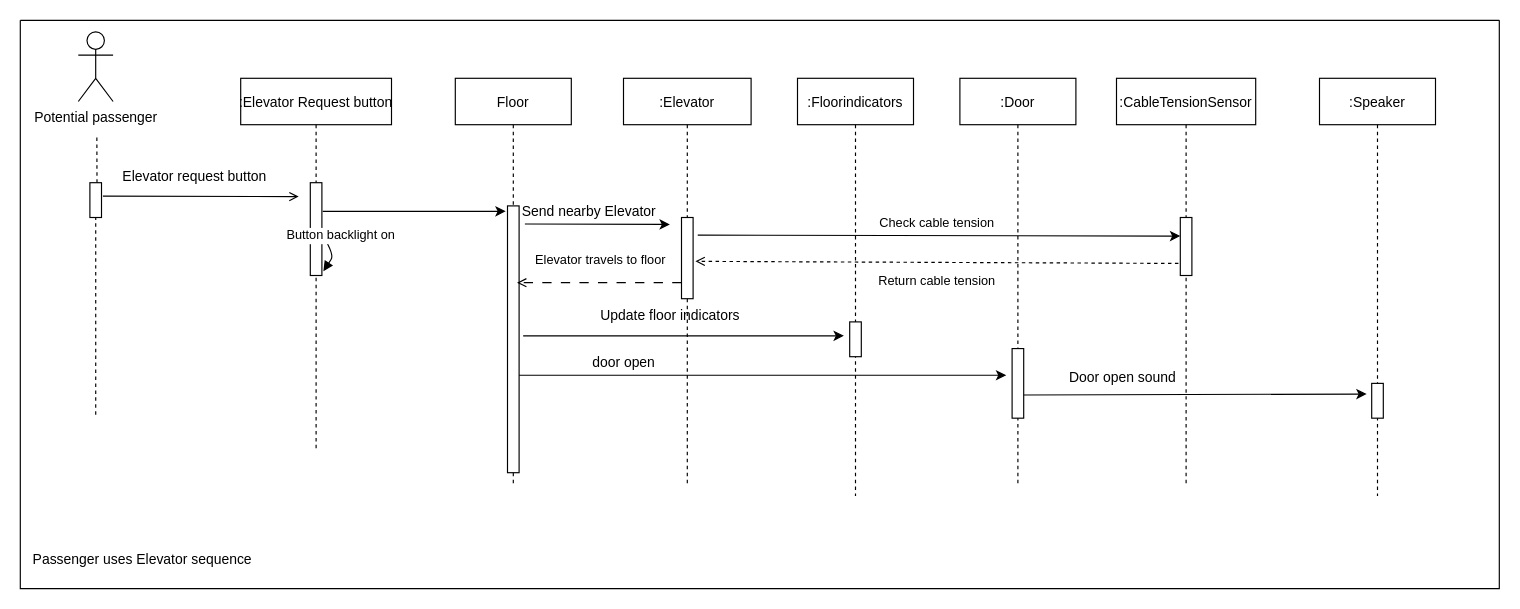
Earlier version of the draw.io diagram Sofware Design/Elevator Challenge/Potential passenger sequence diagram.drawio (TiemonS/Tiemon-Steeghs-Semester-3-Repository). Source tidied: cells renumbered, new cells numbered last; positions are measured from the earlier drawing's top-left corner, leaving out a move shared by most shapes. Both pictures are drawn from the tidied source at 116%, with x=0, y=0 at pixel (20, 20).
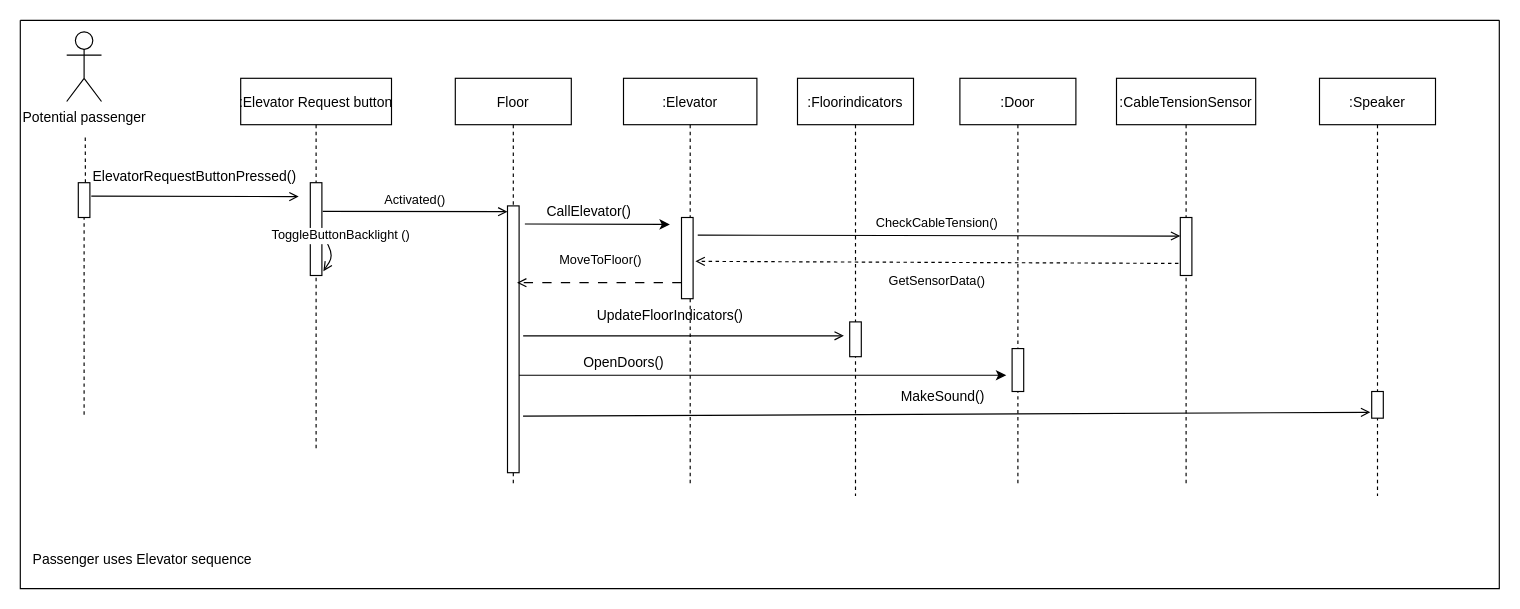
After the change.

Commit message (it also covers changes not shown here):
Elevator opdracht update

Unchanged cells that the change refers to:
```xml
<mxCell id="2" style="swimlane;startSize=0;" parent="1" vertex="1">
  <mxGeometry width="1275" height="490" as="geometry" />
</mxCell>
<mxCell id="4" value=":Door" style="shape=umlLifeline;perimeter=lifelinePerimeter;rounded=0;shadow=0;strokeWidth=1;" parent="2" vertex="1">
  <mxGeometry x="810" y="50" width="100" height="350" as="geometry" />
</mxCell>
<mxCell id="7" style="points=[];perimeter=orthogonalPerimeter;rounded=0;shadow=0;strokeWidth=1;" parent="6" vertex="1">
  <mxGeometry x="45" y="110" width="10" height="230" as="geometry" />
</mxCell>
<mxCell id="9" value=":Elevator Request button" style="shape=umlLifeline;perimeter=lifelinePerimeter;rounded=0;shadow=0;strokeWidth=1;" parent="2" vertex="1">
  <mxGeometry x="190" y="50" width="130" height="320" as="geometry" />
</mxCell>
<mxCell id="10" style="points=[];perimeter=orthogonalPerimeter;rounded=0;shadow=0;strokeWidth=1;" parent="9" vertex="1">
  <mxGeometry x="60" y="90" width="10" height="80" as="geometry" />
</mxCell>
<mxCell id="13" value=":CableTensionSensor" style="shape=umlLifeline;perimeter=lifelinePerimeter;rounded=0;shadow=0;strokeWidth=1;" parent="2" vertex="1">
  <mxGeometry x="945" y="50" width="120" height="350" as="geometry" />
</mxCell>
<mxCell id="19" style="points=[];perimeter=orthogonalPerimeter;rounded=0;shadow=0;strokeWidth=1;" parent="18" vertex="1">
  <mxGeometry x="50" y="120" width="10" height="70" as="geometry" />
</mxCell>
<mxCell id="23" value=":Speaker" style="shape=umlLifeline;perimeter=lifelinePerimeter;rounded=0;shadow=0;strokeWidth=1;" parent="2" vertex="1">
  <mxGeometry x="1120" y="50" width="100" height="360" as="geometry" />
</mxCell>
```

The edit, as a diff of the source:
```diff
@@
     <mxCell id="3" value="Potential passenger" style="shape=umlActor;verticalLabelPosition=bottom;verticalAlign=top;html=1;" parent="2" vertex="1">
-      <mxGeometry x="50" y="10" width="30" height="60" as="geometry" />
+      <mxGeometry x="40" y="10" width="30" height="60" as="geometry" />
     </mxCell>
@@
     <mxCell id="5" style="perimeter=orthogonalPerimeter;rounded=0;shadow=0;strokeWidth=1;" parent="4" vertex="1">
-      <mxGeometry x="45" y="233" width="10" height="60" as="geometry" />
+      <mxGeometry x="45" y="233" width="10" height="37" as="geometry" />
     </mxCell>
@@
-    <mxCell id="11" value="Button backlight on" style="verticalAlign=bottom;endArrow=block;entryX=1.128;entryY=0.791;shadow=0;strokeWidth=1;entryDx=0;entryDy=0;entryPerimeter=0;exitX=1.017;exitY=0.378;exitDx=0;exitDy=0;exitPerimeter=0;" parent="9" edge="1">
+    <mxCell id="11" value="ToggleButtonBacklight ()" style="verticalAlign=bottom;endArrow=open;entryX=1.128;entryY=0.791;shadow=0;strokeWidth=1;entryDx=0;entryDy=0;entryPerimeter=0;exitX=1.017;exitY=0.378;exitDx=0;exitDy=0;exitPerimeter=0;endFill=0;" parent="9" edge="1">
       <mxGeometry x="-0.09" y="10" relative="1" as="geometry">
         <mxPoint x="70.2" y="133.2" as="sourcePoint" />
         <mxPoint x="71.3" y="166.3" as="targetPoint" />
         <Array as="points">
           <mxPoint x="80" y="153" />
         </Array>
       </mxGeometry>
     </mxCell>
-    <mxCell id="12" value="Elevator request button" style="text;html=1;align=center;verticalAlign=middle;strokeColor=none;fillColor=none;" parent="2" vertex="1">
-      <mxGeometry x="75" y="120" width="150" height="30" as="geometry" />
+    <mxCell id="12" value="ElevatorRequestButtonPressed()" style="text;html=1;align=center;verticalAlign=middle;strokeColor=none;fillColor=none;" parent="2" vertex="1">
+      <mxGeometry x="50" y="120" width="200" height="30" as="geometry" />
     </mxCell>
@@
-    <mxCell id="15" style="endArrow=classic;html=1;rounded=0;entryX=-0.433;entryY=0.306;entryDx=0;entryDy=0;entryPerimeter=0;" parent="13" edge="1" target="24">
-      <mxGeometry relative="1" as="geometry">
-        <mxPoint x="-80" y="273" as="sourcePoint" />
-      </mxGeometry>
-    </mxCell>
-    <mxCell id="16" value="Door open sound" style="text;html=1;align=center;verticalAlign=middle;strokeColor=none;fillColor=none;" parent="13" vertex="1">
-      <mxGeometry x="-55" y="243" width="120" height="30" as="geometry" />
-    </mxCell>
@@
     <mxCell id="18" value=":Elevator" style="shape=umlLifeline;perimeter=lifelinePerimeter;rounded=0;shadow=0;strokeWidth=1;" parent="2" vertex="1">
-      <mxGeometry x="520" y="50" width="110" height="350" as="geometry" />
+      <mxGeometry x="520" y="50" width="115" height="350" as="geometry" />
     </mxCell>
@@
-    <mxCell id="20" value="door open" style="text;html=1;align=center;verticalAlign=middle;strokeColor=none;fillColor=none;" parent="18" vertex="1">
-      <mxGeometry x="-40" y="230" width="80" height="30" as="geometry" />
+    <mxCell id="20" value="OpenDoors()" style="text;html=1;align=center;verticalAlign=middle;strokeColor=none;fillColor=none;" parent="18" vertex="1">
+      <mxGeometry x="-45" y="230" width="90" height="30" as="geometry" />
     </mxCell>
-    <mxCell id="21" value="Update floor indicators" style="text;html=1;align=center;verticalAlign=middle;strokeColor=none;fillColor=none;" parent="18" vertex="1">
-      <mxGeometry x="-30" y="190" width="140" height="30" as="geometry" />
+    <mxCell id="21" value="UpdateFloorIndicators()" style="text;html=1;align=center;verticalAlign=middle;strokeColor=none;fillColor=none;" parent="18" vertex="1">
+      <mxGeometry x="-35" y="190" width="150" height="30" as="geometry" />
     </mxCell>
@@
     <mxCell id="24" style="points=[];perimeter=orthogonalPerimeter;rounded=0;shadow=0;strokeWidth=1;" parent="23" vertex="1">
-      <mxGeometry x="45" y="263" width="10" height="30" as="geometry" />
+      <mxGeometry x="45" y="270" width="10" height="23" as="geometry" />
     </mxCell>
@@
-    <mxCell id="29" value="Send nearby Elevator" style="text;html=1;align=center;verticalAlign=middle;points=[];strokeColor=none;fillColor=none;" parent="2" vertex="1">
-      <mxGeometry x="420" y="150" width="140" height="30" as="geometry" />
+    <mxCell id="29" value="CallElevator()" style="text;html=1;align=center;verticalAlign=middle;points=[];strokeColor=none;fillColor=none;" parent="2" vertex="1">
+      <mxGeometry x="440" y="150" width="100" height="30" as="geometry" />
     </mxCell>
-    <mxCell id="30" style="endArrow=classic;html=1;rounded=0;exitX=1.351;exitY=0.174;exitDx=0;exitDy=0;exitPerimeter=0;" parent="2" edge="1">
+    <mxCell id="30" style="endArrow=open;html=1;rounded=0;exitX=1.351;exitY=0.174;exitDx=0;exitDy=0;exitPerimeter=0;endFill=0;" parent="2" edge="1">
       <mxGeometry relative="1" as="geometry">
         <mxPoint x="433.5" y="272" as="sourcePoint" />
         <mxPoint x="710" y="272" as="targetPoint" />
         <Array as="points">
           <mxPoint x="700" y="272" />
         </Array>
       </mxGeometry>
     </mxCell>
-    <mxCell id="31" value="&lt;font style=&quot;font-size: 11px;&quot;&gt;Elevator travels to floor&lt;/font&gt;" style="text;html=1;align=center;verticalAlign=middle;strokeColor=none;fillColor=none;" parent="2" vertex="1">
-      <mxGeometry x="430" y="192" width="140" height="30" as="geometry" />
+    <mxCell id="31" value="&lt;font style=&quot;font-size: 11px;&quot;&gt;MoveToFloor()&lt;/font&gt;" style="text;html=1;align=center;verticalAlign=middle;strokeColor=none;fillColor=none;" parent="2" vertex="1">
+      <mxGeometry x="455" y="192" width="90" height="30" as="geometry" />
     </mxCell>
     <mxCell id="32" style="endArrow=none;dashed=1;html=1;rounded=0;fontSize=11;exitX=0.612;exitY=0.002;exitDx=0;exitDy=0;exitPerimeter=0;startArrow=none;" parent="2" edge="1" source="34">
       <mxGeometry relative="1" as="geometry">
-        <mxPoint x="66" y="100" as="targetPoint" />
+        <mxPoint x="56" y="100" as="targetPoint" />
       </mxGeometry>
     </mxCell>
-    <mxCell id="33" style="endArrow=none;dashed=1;html=1;rounded=0;fontSize=11;exitX=0.051;exitY=0.694;exitDx=0;exitDy=0;exitPerimeter=0;" parent="2" edge="1" source="2" target="34">
-      <mxGeometry relative="1" as="geometry" />
+    <mxCell id="33" style="endArrow=none;dashed=1;html=1;rounded=0;fontSize=11;exitX=0.051;exitY=0.694;exitDx=0;exitDy=0;exitPerimeter=0;" parent="2" edge="1" target="34">
+      <mxGeometry relative="1" as="geometry">
+        <mxPoint x="55" y="340" as="sourcePoint" />
+      </mxGeometry>
     </mxCell>
     <mxCell id="34" style="points=[];perimeter=orthogonalPerimeter;rounded=0;shadow=0;strokeWidth=1;" parent="2" vertex="1">
-      <mxGeometry x="60" y="140" width="10" height="30" as="geometry" />
+      <mxGeometry x="50" y="140" width="10" height="30" as="geometry" />
     </mxCell>
-    <mxCell id="35" style="endArrow=classic;html=1;rounded=0;fontSize=11;exitX=1.4;exitY=0.217;exitDx=0;exitDy=0;exitPerimeter=0;" parent="2" edge="1" source="19">
+    <mxCell id="35" style="endArrow=open;html=1;rounded=0;fontSize=11;exitX=1.4;exitY=0.217;exitDx=0;exitDy=0;exitPerimeter=0;endFill=0;" parent="2" edge="1" source="19">
       <mxGeometry relative="1" as="geometry">
         <mxPoint x="1000" y="186" as="targetPoint" />
       </mxGeometry>
     </mxCell>
@@
-    <mxCell id="37" style="endArrow=classic;html=1;rounded=0;fontSize=11;exitX=1.072;exitY=0.309;exitDx=0;exitDy=0;exitPerimeter=0;entryX=-0.011;entryY=0.49;entryDx=0;entryDy=0;entryPerimeter=0;" parent="2" edge="1" source="10" target="29">
-      <mxGeometry relative="1" as="geometry" />
+    <mxCell id="37" style="endArrow=open;html=1;rounded=0;fontSize=11;exitX=1.072;exitY=0.309;exitDx=0;exitDy=0;exitPerimeter=0;endFill=0;" parent="2" edge="1" source="10">
+      <mxGeometry relative="1" as="geometry">
+        <mxPoint x="420" y="165" as="targetPoint" />
+      </mxGeometry>
     </mxCell>
-    <mxCell id="38" value="Check cable tension" style="text;html=1;align=center;verticalAlign=middle;strokeColor=none;fillColor=none;fontSize=11;" parent="2" vertex="1">
-      <mxGeometry x="730" y="160" width="120" height="30" as="geometry" />
+    <mxCell id="38" value="CheckCableTension()" style="text;html=1;align=center;verticalAlign=middle;strokeColor=none;fillColor=none;fontSize=11;" parent="2" vertex="1">
+      <mxGeometry x="725" y="160" width="130" height="30" as="geometry" />
     </mxCell>
-    <mxCell id="39" value="Return cable tension" style="text;html=1;align=center;verticalAlign=middle;strokeColor=none;fillColor=none;fontSize=11;" parent="2" vertex="1">
-      <mxGeometry x="730" y="210" width="120" height="30" as="geometry" />
+    <mxCell id="39" value="GetSensorData()" style="text;html=1;align=center;verticalAlign=middle;strokeColor=none;fillColor=none;fontSize=11;" parent="2" vertex="1">
+      <mxGeometry x="735" y="210" width="110" height="30" as="geometry" />
     </mxCell>
+    <mxCell id="40" value="Activated()" style="text;html=1;align=center;verticalAlign=middle;strokeColor=none;fillColor=none;fontSize=11;" parent="2" vertex="1">
+      <mxGeometry x="300" y="140" width="80" height="30" as="geometry" />
+    </mxCell>
+    <mxCell id="15" style="endArrow=open;html=1;rounded=0;entryX=-0.12;entryY=0.78;entryDx=0;entryDy=0;entryPerimeter=0;endFill=0;exitX=1.34;exitY=0.788;exitDx=0;exitDy=0;exitPerimeter=0;" parent="2" edge="1" source="7" target="24">
+      <mxGeometry relative="1" as="geometry" />
+    </mxCell>
+    <mxCell id="16" value="MakeSound()" style="text;html=1;align=center;verticalAlign=middle;strokeColor=none;fillColor=none;" parent="2" vertex="1">
+      <mxGeometry x="745" y="310" width="100" height="30" as="geometry" />
+    </mxCell>
```
